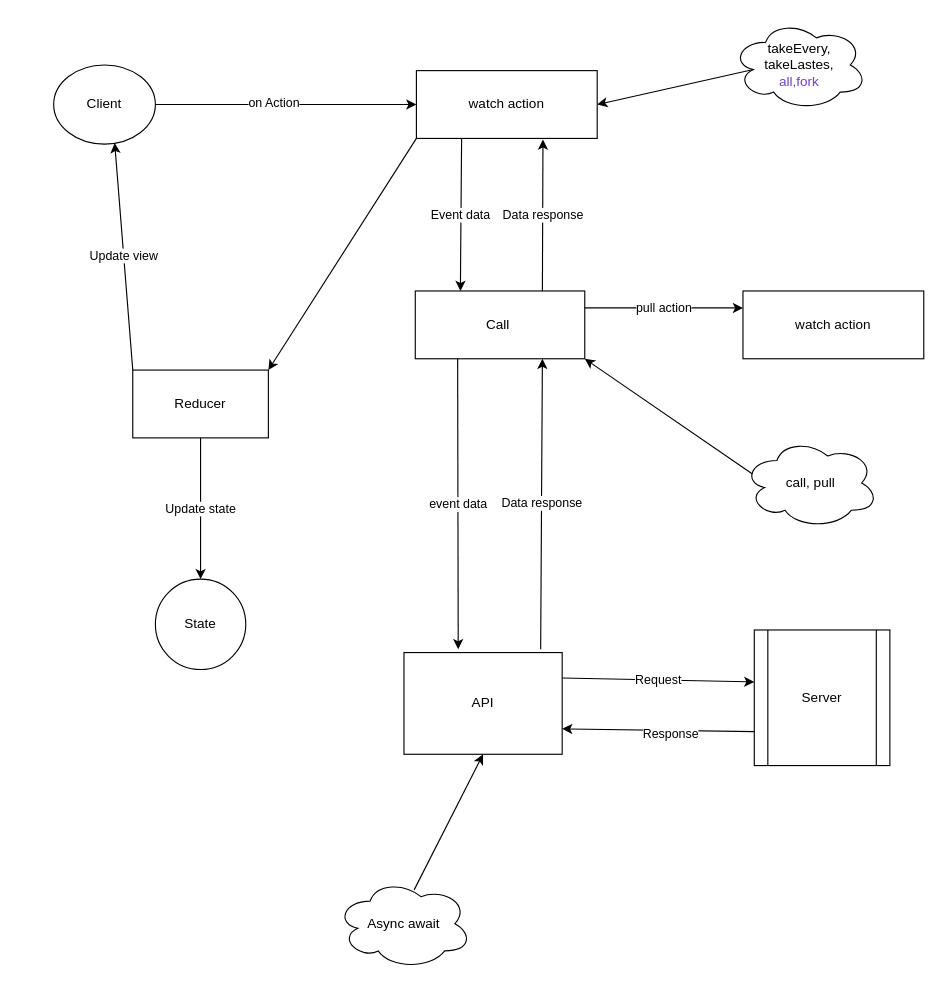
FightLightDiamond/imperfect_ keeps this draw.io diagram as Untitled Diagram.drawio. Above is the earlier version. Source tidied: cells renumbered, new cells numbered last; positions are measured from the earlier drawing's top-left corner, leaving out a move shared by most shapes. Both pictures are drawn from the tidied source at 113%, with x=0, y=0 at pixel (53, 19).
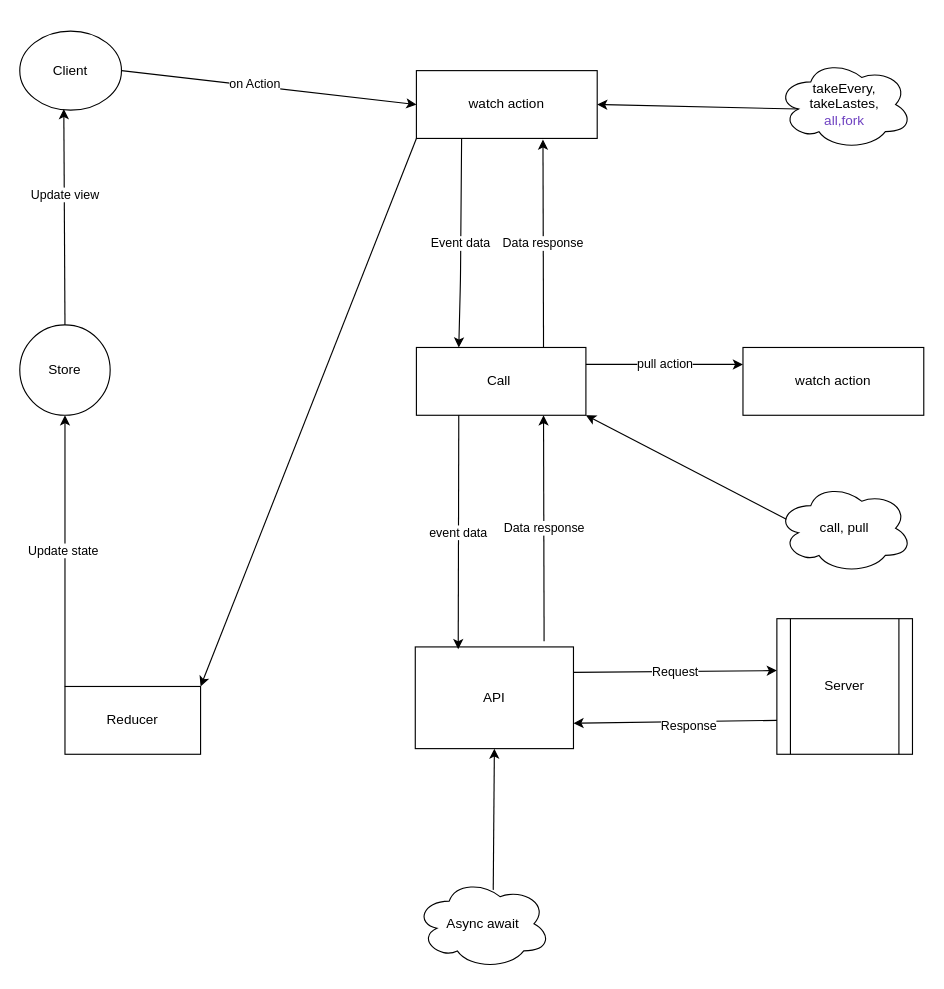
The same diagram, later.

The change refers to these unchanged cells:
```xml
<mxCell id="3" value="watch action" style="rounded=0;whiteSpace=wrap;html=1;" parent="1" vertex="1">
  <mxGeometry x="321" y="45" width="160" height="60" as="geometry" />
</mxCell>
```

Change to the diagram source:
```diff
@@
     <mxCell id="2" value="Client" style="ellipse;whiteSpace=wrap;html=1;" parent="1" vertex="1">
-      <mxGeometry y="40" width="90" height="70" as="geometry" />
+      <mxGeometry x="-30" y="10" width="90" height="70" as="geometry" />
     </mxCell>
@@
     <mxCell id="5" value="Call&amp;nbsp;" style="rounded=0;whiteSpace=wrap;html=1;" parent="1" vertex="1">
-      <mxGeometry x="320" y="240" width="150" height="60" as="geometry" />
+      <mxGeometry x="321" y="290" width="150" height="60" as="geometry" />
     </mxCell>
-    <mxCell id="6" value="Data response" style="rounded=0;jettySize=auto;html=1;entryX=0.75;entryY=1;entryDx=0;entryDy=0;exitX=0.864;exitY=-0.033;exitDx=0;exitDy=0;exitPerimeter=0;" parent="1" edge="1" source="7" target="5">
-      <mxGeometry relative="1" as="geometry" />
+    <mxCell id="6" value="Data response" style="rounded=0;jettySize=auto;html=1;entryX=0.75;entryY=1;entryDx=0;entryDy=0;" parent="1" edge="1" target="5">
+      <mxGeometry relative="1" as="geometry">
+        <mxPoint x="434" y="550" as="sourcePoint" />
+      </mxGeometry>
     </mxCell>
     <mxCell id="7" value="API" style="rounded=0;whiteSpace=wrap;html=1;" parent="1" vertex="1">
-      <mxGeometry x="310" y="560" width="140" height="90" as="geometry" />
+      <mxGeometry x="320" y="555" width="140" height="90" as="geometry" />
     </mxCell>
     <mxCell id="8" value="Reducer" style="rounded=0;whiteSpace=wrap;html=1;" parent="1" vertex="1">
-      <mxGeometry x="70" y="310" width="120" height="60" as="geometry" />
+      <mxGeometry x="10" y="590" width="120" height="60" as="geometry" />
     </mxCell>
     <mxCell id="9" value="Server" style="shape=process;whiteSpace=wrap;html=1;backgroundOutline=1;" parent="1" vertex="1">
-      <mxGeometry x="620" y="540" width="120" height="120" as="geometry" />
+      <mxGeometry x="640" y="530" width="120" height="120" as="geometry" />
     </mxCell>
@@
-    <mxCell id="13" value="Event data" style="endArrow=classic;html=1;exitX=0.25;exitY=1;exitDx=0;exitDy=0;" parent="1" edge="1" source="3">
+    <mxCell id="13" value="Event data" style="endArrow=classic;html=1;exitX=0.25;exitY=1;exitDx=0;exitDy=0;entryX=0.25;entryY=0;entryDx=0;entryDy=0;" parent="1" edge="1" source="3" target="5">
       <mxGeometry relative="1" as="geometry">
-        <mxPoint x="360" y="240" as="targetPoint" />
         <Array as="points">
           <mxPoint x="360" y="230" />
         </Array>
       </mxGeometry>
     </mxCell>
@@
-    <mxCell id="18" value="State" style="ellipse;whiteSpace=wrap;html=1;" parent="1" vertex="1">
-      <mxGeometry x="90" y="495" width="80" height="80" as="geometry" />
-    </mxCell>
-    <mxCell id="19" value="Update state" style="endArrow=classic;html=1;exitX=0.5;exitY=1;exitDx=0;exitDy=0;entryX=0.5;entryY=0;entryDx=0;entryDy=0;" parent="1" edge="1" source="8" target="18">
-      <mxGeometry relative="1" as="geometry" />
-    </mxCell>
-    <mxCell id="20" value="Update view" style="endArrow=classic;html=1;entryX=0.6;entryY=0.986;entryDx=0;entryDy=0;entryPerimeter=0;exitX=0;exitY=0;exitDx=0;exitDy=0;" parent="1" edge="1" source="8" target="2">
+    <mxCell id="20" value="Update state&amp;nbsp;" style="endArrow=classic;html=1;exitX=0;exitY=0;exitDx=0;exitDy=0;entryX=0.5;entryY=1;entryDx=0;entryDy=0;" parent="1" edge="1" source="8" target="29">
       <mxGeometry relative="1" as="geometry" />
     </mxCell>
     <mxCell id="21" value="watch action" style="rounded=0;whiteSpace=wrap;html=1;" parent="1" vertex="1">
-      <mxGeometry x="610" y="240" width="160" height="60" as="geometry" />
+      <mxGeometry x="610" y="290" width="160" height="60" as="geometry" />
     </mxCell>
@@
     <mxCell id="23" value="Async await" style="ellipse;shape=cloud;whiteSpace=wrap;html=1;" parent="1" vertex="1">
-      <mxGeometry x="250" y="760" width="120" height="80" as="geometry" />
+      <mxGeometry x="320" y="760" width="120" height="80" as="geometry" />
     </mxCell>
@@
     <mxCell id="25" value="takeEvery, takeLastes,&lt;br&gt;&lt;span style=&quot;color: rgb(111 , 66 , 193) ; font-family: , &amp;#34;consolas&amp;#34; , &amp;#34;liberation mono&amp;#34; , &amp;#34;menlo&amp;#34; , monospace ; background-color: rgb(255 , 255 , 255)&quot;&gt;all,&lt;/span&gt;&lt;span style=&quot;color: rgb(111 , 66 , 193) ; font-family: , &amp;#34;consolas&amp;#34; , &amp;#34;liberation mono&amp;#34; , &amp;#34;menlo&amp;#34; , monospace ; background-color: rgb(255 , 255 , 255)&quot;&gt;fork&lt;/span&gt;&lt;br&gt;" style="ellipse;shape=cloud;whiteSpace=wrap;html=1;" parent="1" vertex="1">
-      <mxGeometry x="600" width="120" height="80" as="geometry" />
+      <mxGeometry x="640" y="35" width="120" height="80" as="geometry" />
     </mxCell>
@@
     <mxCell id="27" value="call, pull" style="ellipse;shape=cloud;whiteSpace=wrap;html=1;" parent="1" vertex="1">
-      <mxGeometry x="610" y="370" width="120" height="80" as="geometry" />
+      <mxGeometry x="640" y="410" width="120" height="80" as="geometry" />
     </mxCell>
-    <mxCell id="28" style="endArrow=classic;html=1;exitX=0.07;exitY=0.4;exitDx=0;exitDy=0;exitPerimeter=0;" parent="1" edge="1" source="27" target="5">
-      <mxGeometry relative="1" as="geometry">
-        <Array as="points">
-          <mxPoint x="470" y="300" />
-        </Array>
-      </mxGeometry>
+    <mxCell id="28" style="endArrow=classic;html=1;exitX=0.07;exitY=0.4;exitDx=0;exitDy=0;exitPerimeter=0;entryX=1;entryY=1;entryDx=0;entryDy=0;" parent="1" edge="1" source="27" target="5">
+      <mxGeometry relative="1" as="geometry" />
     </mxCell>
+    <mxCell id="29" value="Store" style="ellipse;whiteSpace=wrap;html=1;" parent="1" vertex="1">
+      <mxGeometry x="-30" y="270" width="80" height="80" as="geometry" />
+    </mxCell>
+    <mxCell id="30" style="endArrow=classic;html=1;exitX=0.5;exitY=0;exitDx=0;exitDy=0;entryX=0.433;entryY=0.986;entryDx=0;entryDy=0;entryPerimeter=0;" parent="1" edge="1" source="29" target="2">
+      <mxGeometry relative="1" as="geometry" />
+    </mxCell>
+    <mxCell id="31" value="Update view" style="edgeLabel;html=1;align=center;verticalAlign=middle;" parent="30" vertex="1">
+      <mxGeometry x="0.22" relative="1" as="geometry" />
+    </mxCell>
```
